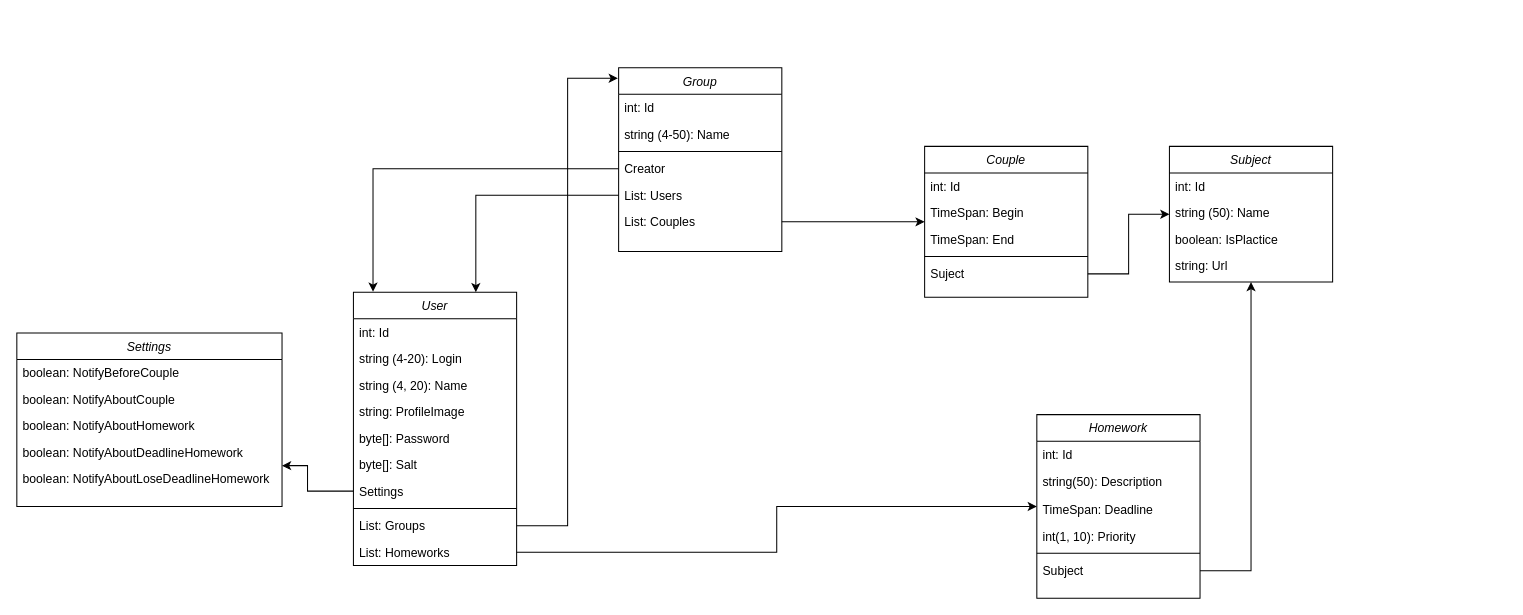
Before: page "Models" (1 of 2) of Diagrms/DAL.drawio in eugene-gryn/University-Schelude-ASPnet-API, a draw.io diagram. Source tidied: cells renumbered, new cells numbered last; positions are measured from the earlier drawing's top-left corner, leaving out a move shared by most shapes. Both pictures are drawn from the tidied source at 102%, with x=0, y=0 at pixel (16, 67).
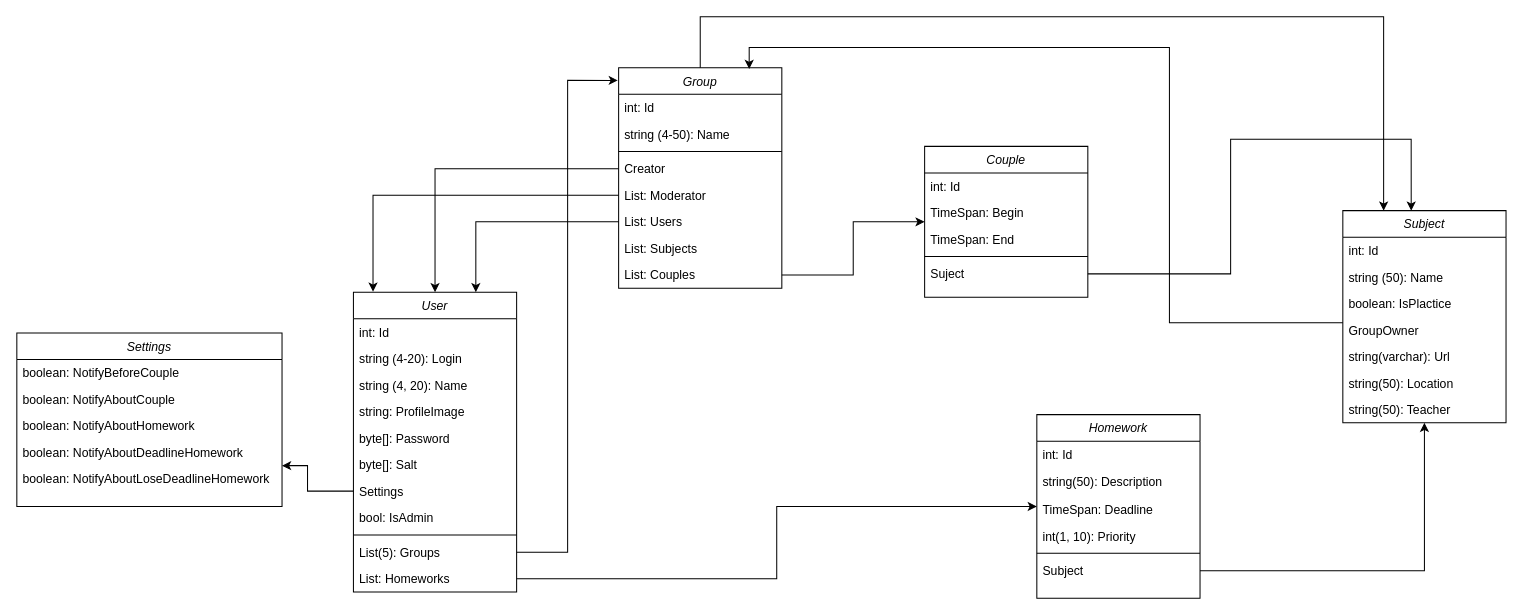
After the change.

The change refers to these unchanged cells:
```xml
<mxCell id="34" value="Suject" style="text;align=left;verticalAlign=top;spacingLeft=4;spacingRight=4;overflow=hidden;points=[[0,0.5],[1,0.5]];portConstraint=eastwest;" parent="29" vertex="1">
  <mxGeometry y="112" width="160" height="26" as="geometry" />
</mxCell>
```

Change to the diagram source:
```diff
@@
     <mxCell id="2" value="User" style="swimlane;fontStyle=2;align=center;verticalAlign=top;horizontal=1;startSize=26;rounded=0;shadow=0;strokeWidth=1;" parent="1" vertex="1">
-      <mxGeometry x="330" y="220" width="160" height="268" as="geometry" />
+      <mxGeometry x="330" y="220" width="160" height="294" as="geometry" />
     </mxCell>
@@
+    <mxCell id="52" value="bool: IsAdmin" style="text;align=left;verticalAlign=top;spacingLeft=4;spacingRight=4;overflow=hidden;" parent="2" vertex="1">
+      <mxGeometry y="208" width="160" height="26" as="geometry" />
+    </mxCell>
     <mxCell id="10" style="line;html=1;strokeWidth=1;align=left;verticalAlign=middle;spacingTop=-1;spacingLeft=3;spacingRight=3;labelPosition=right;" parent="2" vertex="1">
-      <mxGeometry y="208" width="160" height="8" as="geometry" />
+      <mxGeometry y="234" width="160" height="8" as="geometry" />
     </mxCell>
-    <mxCell id="11" value="List: Groups" style="text;align=left;verticalAlign=top;spacingLeft=4;spacingRight=4;overflow=hidden;points=[[0,0.5],[1,0.5]];portConstraint=eastwest;" parent="2" vertex="1">
-      <mxGeometry y="216" width="160" height="26" as="geometry" />
+    <mxCell id="11" value="List(5): Groups" style="text;align=left;verticalAlign=top;spacingLeft=4;spacingRight=4;overflow=hidden;points=[[0,0.5],[1,0.5]];portConstraint=eastwest;" parent="2" vertex="1">
+      <mxGeometry y="242" width="160" height="26" as="geometry" />
     </mxCell>
     <mxCell id="12" value="List: Homeworks" style="text;align=left;verticalAlign=top;spacingLeft=4;spacingRight=4;overflow=hidden;points=[[0,0.5],[1,0.5]];portConstraint=eastwest;" parent="2" vertex="1">
-      <mxGeometry y="242" width="160" height="26" as="geometry" />
+      <mxGeometry y="268" width="160" height="26" as="geometry" />
     </mxCell>
     <mxCell id="13" value="Group" style="swimlane;fontStyle=2;align=center;verticalAlign=top;horizontal=1;startSize=26;rounded=0;shadow=0;strokeWidth=1;" parent="1" vertex="1">
-      <mxGeometry x="590" width="160" height="180" as="geometry" />
+      <mxGeometry x="590" width="160" height="216" as="geometry" />
     </mxCell>
@@
+    <mxCell id="53" value="Creator" style="text;align=left;verticalAlign=top;spacingLeft=4;spacingRight=4;overflow=hidden;points=[[0,0.5],[1,0.5]];portConstraint=eastwest;" parent="13" vertex="1">
+      <mxGeometry y="86" width="160" height="26" as="geometry" />
+    </mxCell>
-    <mxCell id="17" value="Creator" style="text;align=left;verticalAlign=top;spacingLeft=4;spacingRight=4;overflow=hidden;points=[[0,0.5],[1,0.5]];portConstraint=eastwest;" parent="13" vertex="1">
-      <mxGeometry y="86" width="160" height="26" as="geometry" />
+    <mxCell id="17" value="List: Moderator" style="text;align=left;verticalAlign=top;spacingLeft=4;spacingRight=4;overflow=hidden;points=[[0,0.5],[1,0.5]];portConstraint=eastwest;" parent="13" vertex="1">
+      <mxGeometry y="112" width="160" height="26" as="geometry" />
     </mxCell>
     <mxCell id="18" value="List: Users" style="text;align=left;verticalAlign=top;spacingLeft=4;spacingRight=4;overflow=hidden;points=[[0,0.5],[1,0.5]];portConstraint=eastwest;" parent="13" vertex="1">
-      <mxGeometry y="112" width="160" height="26" as="geometry" />
+      <mxGeometry y="138" width="160" height="26" as="geometry" />
     </mxCell>
+    <mxCell id="54" value="List: Subjects" style="text;align=left;verticalAlign=top;spacingLeft=4;spacingRight=4;overflow=hidden;" parent="13" vertex="1">
+      <mxGeometry y="164" width="160" height="26" as="geometry" />
+    </mxCell>
     <mxCell id="19" value="List: Couples" style="text;align=left;verticalAlign=top;spacingLeft=4;spacingRight=4;overflow=hidden;points=[[0,0.5],[1,0.5]];portConstraint=eastwest;" parent="13" vertex="1">
-      <mxGeometry y="138" width="160" height="26" as="geometry" />
+      <mxGeometry y="190" width="160" height="26" as="geometry" />
     </mxCell>
@@
     <mxCell id="38" value="Subject" style="swimlane;fontStyle=2;align=center;verticalAlign=top;horizontal=1;startSize=26;rounded=0;shadow=0;strokeWidth=1;" parent="1" vertex="1">
-      <mxGeometry x="1130" y="77" width="160" height="133" as="geometry" />
+      <mxGeometry x="1300" y="140" width="160" height="208" as="geometry" />
     </mxCell>
@@
+    <mxCell id="55" value="GroupOwner" style="text;align=left;verticalAlign=top;spacingLeft=4;spacingRight=4;overflow=hidden;points=[[0,0.5],[1,0.5]];portConstraint=eastwest;" parent="38" vertex="1">
+      <mxGeometry y="104" width="160" height="26" as="geometry" />
+    </mxCell>
-    <mxCell id="42" value="string: Url" style="text;align=left;verticalAlign=top;spacingLeft=4;spacingRight=4;overflow=hidden;" parent="38" vertex="1">
-      <mxGeometry y="104" width="160" height="26" as="geometry" />
+    <mxCell id="42" value="string(varchar): Url" style="text;align=left;verticalAlign=top;spacingLeft=4;spacingRight=4;overflow=hidden;" parent="38" vertex="1">
+      <mxGeometry y="130" width="160" height="26" as="geometry" />
     </mxCell>
-    <mxCell id="43" style="edgeStyle=orthogonalEdgeStyle;rounded=0;jettySize=auto;html=1;" parent="1" edge="1" source="34" target="38">
-      <mxGeometry relative="1" as="geometry" />
-    </mxCell>
+    <mxCell id="56" value="string(50): Location" style="text;align=left;verticalAlign=top;spacingLeft=4;spacingRight=4;overflow=hidden;" parent="38" vertex="1">
+      <mxGeometry y="156" width="160" height="26" as="geometry" />
+    </mxCell>
+    <mxCell id="57" value="string(50): Teacher" style="text;align=left;verticalAlign=top;spacingLeft=4;spacingRight=4;overflow=hidden;" parent="38" vertex="1">
+      <mxGeometry y="182" width="160" height="26" as="geometry" />
+    </mxCell>
@@
+    <mxCell id="58" style="edgeStyle=orthogonalEdgeStyle;rounded=0;jettySize=auto;html=1;entryX=0.5;entryY=0;entryDx=0;entryDy=0;" parent="1" edge="1" source="53" target="2">
+      <mxGeometry relative="1" as="geometry" />
+    </mxCell>
+    <mxCell id="43" style="edgeStyle=orthogonalEdgeStyle;rounded=0;jettySize=auto;html=1;entryX=0.419;entryY=0;entryDx=0;entryDy=0;entryPerimeter=0;" parent="1" edge="1" source="34" target="38">
+      <mxGeometry relative="1" as="geometry">
+        <Array as="points">
+          <mxPoint x="1190" y="202" />
+          <mxPoint x="1190" y="70" />
+          <mxPoint x="1367" y="70" />
+        </Array>
+      </mxGeometry>
+    </mxCell>
+    <mxCell id="59" style="edgeStyle=orthogonalEdgeStyle;rounded=0;jettySize=auto;html=1;entryX=0.8;entryY=0.005;entryDx=0;entryDy=0;entryPerimeter=0;" parent="1" edge="1" source="55" target="13">
+      <mxGeometry relative="1" as="geometry">
+        <Array as="points">
+          <mxPoint x="1130" y="250" />
+          <mxPoint x="1130" y="-20" />
+          <mxPoint x="718" y="-20" />
+        </Array>
+      </mxGeometry>
+    </mxCell>
+    <mxCell id="60" style="edgeStyle=orthogonalEdgeStyle;rounded=0;jettySize=auto;html=1;entryX=0.25;entryY=0;entryDx=0;entryDy=0;exitX=0.5;exitY=0;exitDx=0;exitDy=0;" parent="1" edge="1" source="13" target="38">
+      <mxGeometry relative="1" as="geometry">
+        <Array as="points">
+          <mxPoint x="670" y="-50" />
+          <mxPoint x="1340" y="-50" />
+        </Array>
+      </mxGeometry>
+    </mxCell>
```
